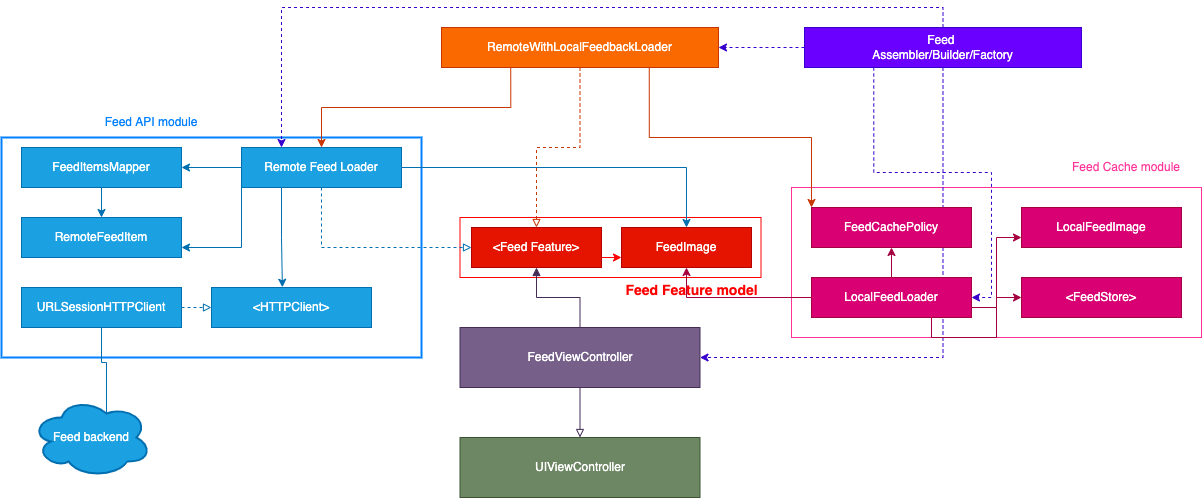
Earlier version of the draw.io export architecture.png (sebspi/essential-feed-case-study). Source tidied: cells renumbered, new cells last; positions are measured from the earlier drawing's top-left corner, leaving out a move shared by most shapes.
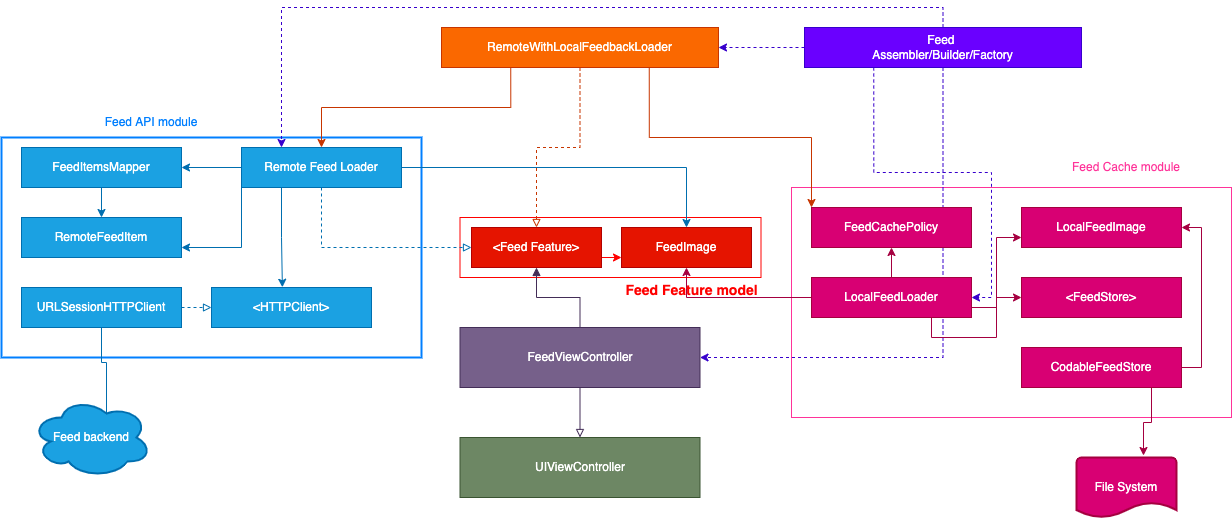
Above is the later version.

Commit message:
Updated architecture by adding file system and CodableFeedStore implementation

What changed in the source:
```diff
@@ -6,7 +6,7 @@
       <mxGeometry x="458.5" y="190" width="301" height="60" as="geometry" />
     </mxCell>
     <mxCell id="3" style="rounded=0;whiteSpace=wrap;html=1;fillColor=none;fontColor=#ffffff;strokeColor=#FF3399;" parent="1" vertex="1">
-      <mxGeometry x="790" y="160" width="410" height="150" as="geometry" />
+      <mxGeometry x="790" y="160" width="440" height="230" as="geometry" />
     </mxCell>
     <mxCell id="4" style="rounded=0;whiteSpace=wrap;html=1;fillColor=none;strokeWidth=2;strokeColor=#007FFF;" parent="1" vertex="1">
       <mxGeometry y="110" width="420" height="220" as="geometry" />
@@ -138,5 +138,23 @@
     <mxCell id="45" value="FeedCachePolicy" style="rounded=0;whiteSpace=wrap;html=1;fillColor=#d80073;strokeColor=#A50040;fontColor=#ffffff;" parent="1" vertex="1">
       <mxGeometry x="810" y="180" width="160" height="40" as="geometry" />
     </mxCell>
+    <mxCell id="46" style="edgeStyle=orthogonalEdgeStyle;rounded=0;jettySize=auto;html=1;exitX=1;exitY=0.5;exitDx=0;exitDy=0;entryX=1;entryY=0.5;entryDx=0;entryDy=0;fillColor=#d80073;strokeColor=#A50040;" parent="1" edge="1" source="48" target="39">
+      <mxGeometry relative="1" as="geometry" />
+    </mxCell>
+    <mxCell id="47" style="edgeStyle=orthogonalEdgeStyle;rounded=0;jettySize=auto;html=1;exitX=0.75;exitY=1;exitDx=0;exitDy=0;entryX=0.67;entryY=-0.033;entryDx=0;entryDy=0;entryPerimeter=0;fillColor=#d80073;strokeColor=#A50040;" parent="1" edge="1" source="48" target="49">
+      <mxGeometry relative="1" as="geometry">
+        <Array as="points">
+          <mxPoint x="1150" y="360" />
+          <mxPoint x="1150" y="395" />
+          <mxPoint x="1142" y="395" />
+        </Array>
+      </mxGeometry>
+    </mxCell>
+    <mxCell id="48" value="CodableFeedStore" style="rounded=0;whiteSpace=wrap;html=1;fillColor=#d80073;strokeColor=#A50040;fontColor=#ffffff;" parent="1" vertex="1">
+      <mxGeometry x="1020" y="320" width="160" height="40" as="geometry" />
+    </mxCell>
+    <mxCell id="49" value="File System" style="strokeWidth=2;html=1;shape=mxgraph.flowchart.document2;whiteSpace=wrap;size=0.25;fillColor=#d80073;fontColor=#ffffff;strokeColor=#A50040;" parent="1" vertex="1">
+      <mxGeometry x="1075" y="430" width="100" height="60" as="geometry" />
+    </mxCell>
   </root>
 </mxGraphModel>
```
